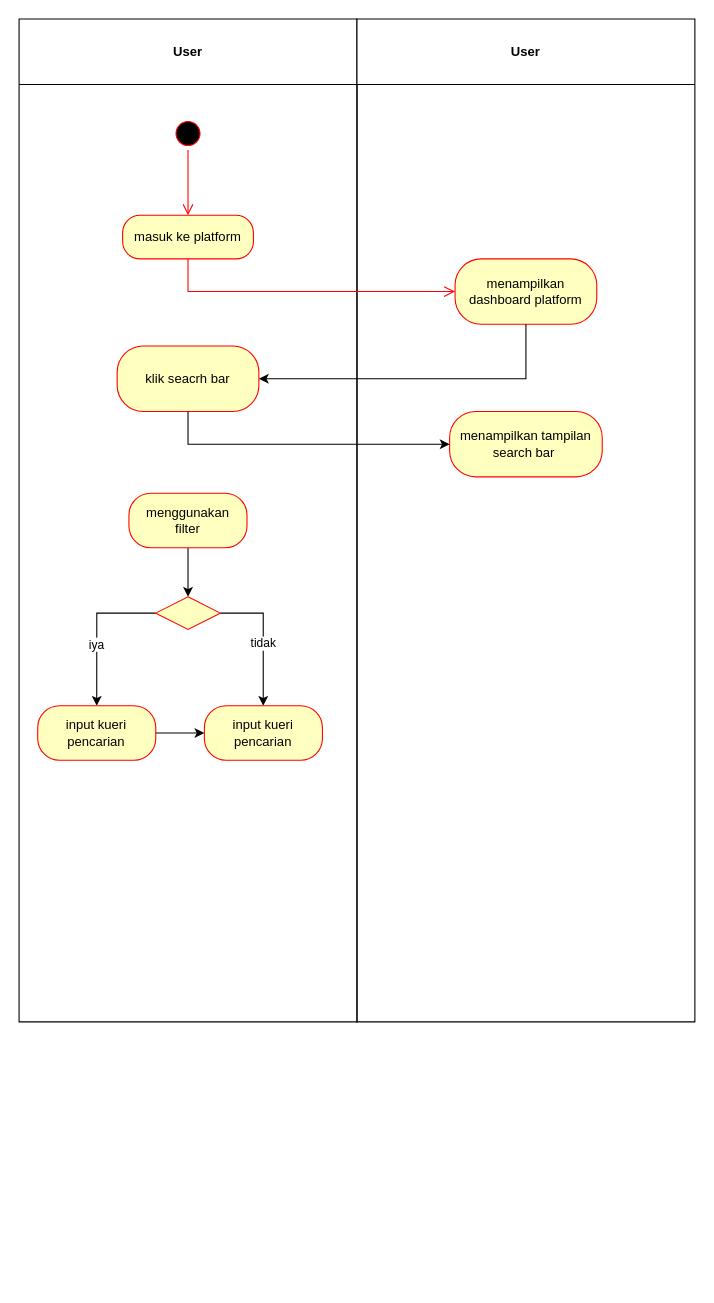
Earlier version of the draw.io diagram activity_diagram.drawio (Iknip26/PAD_portofolio_TA). Source tidied: cells renumbered, new cells numbered last; positions are measured from the earlier drawing's top-left corner, leaving out a move shared by most shapes. Both pictures are drawn from the tidied source at 109%, with x=0, y=0 at pixel (19, 19).
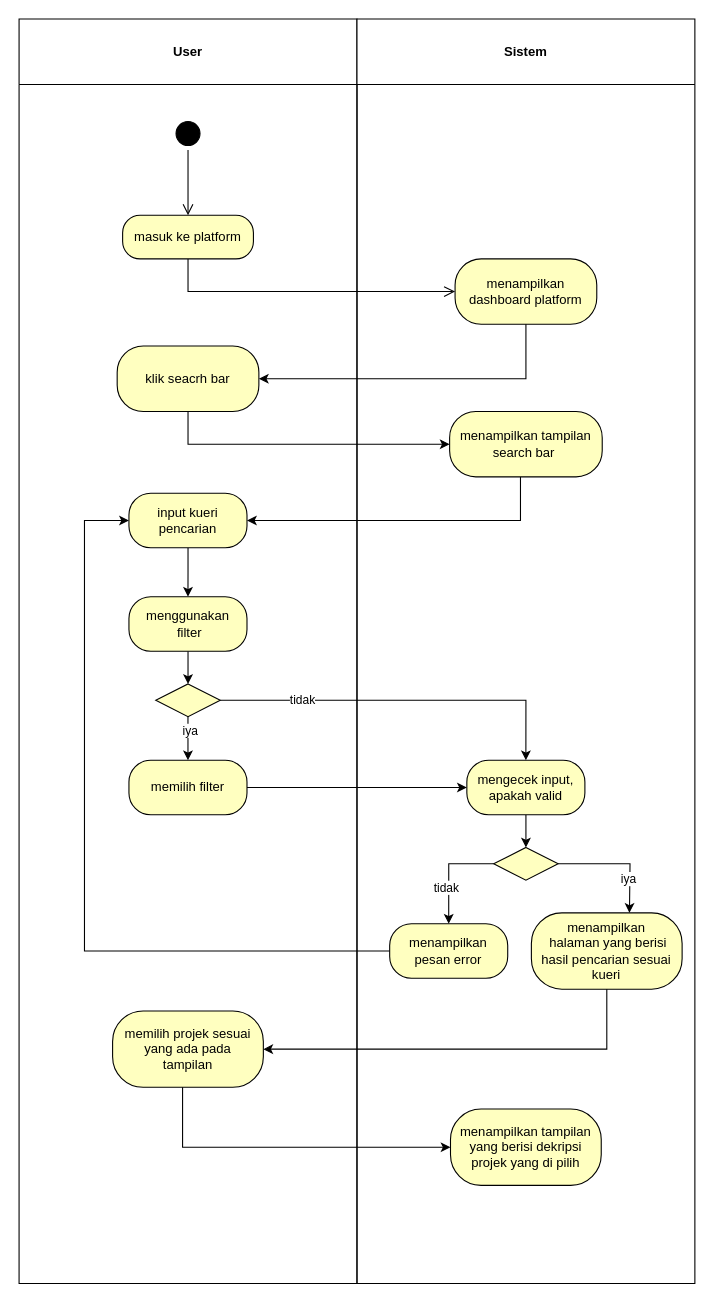
The same page after the edit.

The edit, as a diff of the source:
```diff
@@
-    <mxCell id="2" value="User" style="swimlane;whiteSpace=wrap;html=1;startSize=60;" parent="1" vertex="1">
-      <mxGeometry width="310" height="920" as="geometry" />
+    <mxCell id="2" value="User" style="swimlane;whiteSpace=wrap;html=1;startSize=60;strokeColor=#000000;" parent="1" vertex="1">
+      <mxGeometry width="310" height="1160" as="geometry" />
     </mxCell>
-    <mxCell id="3" style="ellipse;html=1;shape=startState;fillColor=#000000;strokeColor=#ff0000;" parent="2" vertex="1">
+    <mxCell id="3" style="ellipse;html=1;shape=startState;fillColor=#000000;strokeColor=#000000;" parent="2" vertex="1">
       <mxGeometry x="140" y="90" width="30" height="30" as="geometry" />
     </mxCell>
-    <mxCell id="4" style="edgeStyle=orthogonalEdgeStyle;html=1;verticalAlign=bottom;endArrow=open;endSize=8;strokeColor=#ff0000;rounded=0;" parent="2" edge="1" source="3">
+    <mxCell id="4" style="edgeStyle=orthogonalEdgeStyle;html=1;verticalAlign=bottom;endArrow=open;endSize=8;strokeColor=#000000;rounded=0;" parent="2" edge="1" source="3">
       <mxGeometry relative="1" as="geometry">
         <mxPoint x="155" y="180" as="targetPoint" />
       </mxGeometry>
     </mxCell>
-    <mxCell id="5" value="masuk ke platform" style="rounded=1;whiteSpace=wrap;html=1;arcSize=40;fontColor=#000000;fillColor=#ffffc0;strokeColor=#ff0000;" parent="2" vertex="1">
+    <mxCell id="5" value="masuk ke platform" style="rounded=1;whiteSpace=wrap;html=1;arcSize=40;fontColor=#000000;fillColor=#ffffc0;strokeColor=#000000;" parent="2" vertex="1">
       <mxGeometry x="95" y="180" width="120" height="40" as="geometry" />
     </mxCell>
-    <mxCell id="6" value="klik seacrh bar" style="rounded=1;whiteSpace=wrap;html=1;arcSize=40;fontColor=#000000;fillColor=#ffffc0;strokeColor=#ff0000;" parent="2" vertex="1">
+    <mxCell id="6" value="klik seacrh bar" style="rounded=1;whiteSpace=wrap;html=1;arcSize=40;fontColor=#000000;fillColor=#ffffc0;strokeColor=#000000;" parent="2" vertex="1">
       <mxGeometry x="90" y="300" width="130" height="60" as="geometry" />
     </mxCell>
-    <mxCell id="7" style="edgeStyle=orthogonalEdgeStyle;rounded=0;jettySize=auto;html=1;entryX=0.5;entryY=0;entryDx=0;entryDy=0;" parent="2" edge="1" source="11" target="16">
-      <mxGeometry relative="1" as="geometry">
-        <Array as="points">
-          <mxPoint x="71" y="545" />
-        </Array>
-      </mxGeometry>
-    </mxCell>
-    <mxCell id="8" value="iya" style="edgeLabel;html=1;align=center;verticalAlign=middle;" parent="7" vertex="1">
-      <mxGeometry x="0.2" y="-1" relative="1" as="geometry" />
-    </mxCell>
-    <mxCell id="9" style="edgeStyle=orthogonalEdgeStyle;rounded=0;jettySize=auto;html=1;" parent="2" edge="1" source="11" target="14">
-      <mxGeometry relative="1" as="geometry">
-        <Array as="points">
-          <mxPoint x="224" y="545" />
-        </Array>
-      </mxGeometry>
-    </mxCell>
-    <mxCell id="10" value="tidak" style="edgeLabel;html=1;align=center;verticalAlign=middle;" parent="9" vertex="1">
-      <mxGeometry x="0.08" y="-1" relative="1" as="geometry" />
-    </mxCell>
-    <mxCell id="11" style="rhombus;whiteSpace=wrap;html=1;fontColor=#000000;fillColor=#ffffc0;strokeColor=#ff0000;" parent="2" vertex="1">
-      <mxGeometry x="125.4" y="530" width="59.2" height="30" as="geometry" />
-    </mxCell>
-    <mxCell id="12" style="edgeStyle=orthogonalEdgeStyle;rounded=0;jettySize=auto;html=1;entryX=0.5;entryY=0;entryDx=0;entryDy=0;" parent="2" edge="1" source="13" target="11">
-      <mxGeometry relative="1" as="geometry" />
-    </mxCell>
+    <mxCell id="23" style="edgeStyle=orthogonalEdgeStyle;rounded=0;jettySize=auto;html=1;entryX=0.5;entryY=0;entryDx=0;entryDy=0;strokeColor=#000000;" parent="2" edge="1" source="13" target="14">
+      <mxGeometry relative="1" as="geometry" />
+    </mxCell>
-    <mxCell id="13" value="menggunakan &lt;br&gt;filter" style="rounded=1;whiteSpace=wrap;html=1;arcSize=40;fontColor=#000000;fillColor=#ffffc0;strokeColor=#ff0000;" parent="2" vertex="1">
+    <mxCell id="13" value="input kueri pencarian" style="rounded=1;whiteSpace=wrap;html=1;arcSize=40;fontColor=#000000;fillColor=#ffffc0;strokeColor=#000000;" parent="2" vertex="1">
       <mxGeometry x="100.8" y="435" width="108.3" height="50" as="geometry" />
     </mxCell>
+    <mxCell id="24" style="edgeStyle=orthogonalEdgeStyle;rounded=0;jettySize=auto;html=1;entryX=0.5;entryY=0;entryDx=0;entryDy=0;strokeColor=#000000;" parent="2" edge="1" source="14" target="27">
+      <mxGeometry relative="1" as="geometry" />
+    </mxCell>
-    <mxCell id="14" value="input kueri pencarian" style="rounded=1;whiteSpace=wrap;html=1;arcSize=40;fontColor=#000000;fillColor=#ffffc0;strokeColor=#ff0000;" parent="2" vertex="1">
-      <mxGeometry x="170" y="630" width="108.3" height="50" as="geometry" />
+    <mxCell id="14" value="menggunakan&lt;br&gt;&amp;nbsp;filter" style="rounded=1;whiteSpace=wrap;html=1;arcSize=40;fontColor=#000000;fillColor=#ffffc0;strokeColor=#000000;" parent="2" vertex="1">
+      <mxGeometry x="100.8" y="530" width="108.3" height="50" as="geometry" />
     </mxCell>
-    <mxCell id="15" style="edgeStyle=orthogonalEdgeStyle;rounded=0;jettySize=auto;html=1;entryX=0;entryY=0.5;entryDx=0;entryDy=0;" parent="2" edge="1" source="16" target="14">
-      <mxGeometry relative="1" as="geometry" />
-    </mxCell>
-    <mxCell id="16" value="input kueri pencarian" style="rounded=1;whiteSpace=wrap;html=1;arcSize=40;fontColor=#000000;fillColor=#ffffc0;strokeColor=#ff0000;" parent="2" vertex="1">
-      <mxGeometry x="17.1" y="630" width="108.3" height="50" as="geometry" />
+    <mxCell id="16" value="memilih filter" style="rounded=1;whiteSpace=wrap;html=1;arcSize=40;fontColor=#000000;fillColor=#ffffc0;strokeColor=#000000;" parent="2" vertex="1">
+      <mxGeometry x="100.8" y="680" width="108.3" height="50" as="geometry" />
     </mxCell>
+    <mxCell id="25" style="edgeStyle=orthogonalEdgeStyle;rounded=0;jettySize=auto;html=1;entryX=0.5;entryY=0;entryDx=0;entryDy=0;strokeColor=#000000;" parent="2" edge="1" source="27" target="16">
+      <mxGeometry relative="1" as="geometry" />
+    </mxCell>
+    <mxCell id="26" value="iya" style="edgeLabel;html=1;align=center;verticalAlign=middle;strokeColor=#000000;" parent="25" vertex="1">
+      <mxGeometry x="-0.37" y="2" relative="1" as="geometry" />
+    </mxCell>
+    <mxCell id="27" style="rhombus;whiteSpace=wrap;html=1;fontColor=#000000;fillColor=#ffffc0;strokeColor=#000000;" parent="2" vertex="1">
+      <mxGeometry x="125.4" y="610" width="59.2" height="30" as="geometry" />
+    </mxCell>
+    <mxCell id="28" value="memilih projek sesuai yang ada pada &lt;br&gt;tampilan" style="rounded=1;whiteSpace=wrap;html=1;arcSize=40;fontColor=#000000;fillColor=#ffffc0;strokeColor=#000000;" parent="2" vertex="1">
+      <mxGeometry x="85.8" y="910" width="138.3" height="70" as="geometry" />
+    </mxCell>
-    <mxCell id="17" value="User" style="swimlane;whiteSpace=wrap;html=1;startSize=60;" parent="1" vertex="1">
-      <mxGeometry x="310" width="310" height="920" as="geometry" />
+    <mxCell id="17" value="Sistem" style="swimlane;whiteSpace=wrap;html=1;startSize=60;strokeColor=#000000;" parent="1" vertex="1">
+      <mxGeometry x="310" width="310" height="1160" as="geometry" />
     </mxCell>
-    <mxCell id="18" value="menampilkan dashboard platform" style="rounded=1;whiteSpace=wrap;html=1;arcSize=40;fontColor=#000000;fillColor=#ffffc0;strokeColor=#ff0000;" parent="17" vertex="1">
+    <mxCell id="18" value="menampilkan dashboard platform" style="rounded=1;whiteSpace=wrap;html=1;arcSize=40;fontColor=#000000;fillColor=#ffffc0;strokeColor=#000000;" parent="17" vertex="1">
       <mxGeometry x="90" y="220" width="130" height="60" as="geometry" />
     </mxCell>
-    <mxCell id="19" value="menampilkan tampilan&lt;br&gt;search bar&amp;nbsp;" style="rounded=1;whiteSpace=wrap;html=1;arcSize=40;fontColor=#000000;fillColor=#ffffc0;strokeColor=#ff0000;" parent="17" vertex="1">
+    <mxCell id="19" value="menampilkan tampilan&lt;br&gt;search bar&amp;nbsp;" style="rounded=1;whiteSpace=wrap;html=1;arcSize=40;fontColor=#000000;fillColor=#ffffc0;strokeColor=#000000;" parent="17" vertex="1">
       <mxGeometry x="85" y="360" width="140" height="60" as="geometry" />
     </mxCell>
+    <mxCell id="29" style="edgeStyle=orthogonalEdgeStyle;rounded=0;jettySize=auto;html=1;entryX=0.5;entryY=0;entryDx=0;entryDy=0;strokeColor=#000000;" parent="17" edge="1" source="30" target="35">
+      <mxGeometry relative="1" as="geometry" />
+    </mxCell>
+    <mxCell id="30" value="mengecek input, apakah valid" style="rounded=1;whiteSpace=wrap;html=1;arcSize=40;fontColor=#000000;fillColor=#ffffc0;strokeColor=#000000;" parent="17" vertex="1">
+      <mxGeometry x="100.8" y="680" width="108.3" height="50" as="geometry" />
+    </mxCell>
+    <mxCell id="31" style="edgeStyle=orthogonalEdgeStyle;rounded=0;jettySize=auto;html=1;strokeColor=#000000;" parent="17" edge="1" source="35">
+      <mxGeometry relative="1" as="geometry">
+        <mxPoint x="250" y="820" as="targetPoint" />
+      </mxGeometry>
+    </mxCell>
+    <mxCell id="32" value="iya" style="edgeLabel;html=1;align=center;verticalAlign=middle;strokeColor=#000000;" parent="31" vertex="1">
+      <mxGeometry x="0.42" y="-2" relative="1" as="geometry" />
+    </mxCell>
+    <mxCell id="33" style="edgeStyle=orthogonalEdgeStyle;rounded=0;jettySize=auto;html=1;entryX=0.5;entryY=0;entryDx=0;entryDy=0;strokeColor=#000000;" parent="17" edge="1" source="35" target="37">
+      <mxGeometry relative="1" as="geometry">
+        <Array as="points">
+          <mxPoint x="84" y="775" />
+        </Array>
+      </mxGeometry>
+    </mxCell>
+    <mxCell id="34" value="tidak" style="edgeLabel;html=1;align=center;verticalAlign=middle;strokeColor=#000000;" parent="33" vertex="1">
+      <mxGeometry x="0.32" y="-3" relative="1" as="geometry" />
+    </mxCell>
+    <mxCell id="35" style="rhombus;whiteSpace=wrap;html=1;fontColor=#000000;fillColor=#ffffc0;strokeColor=#000000;" parent="17" vertex="1">
+      <mxGeometry x="125.4" y="760" width="59.2" height="30" as="geometry" />
+    </mxCell>
+    <mxCell id="36" value="menampilkan&lt;br&gt;&amp;nbsp;halaman yang berisi hasil pencarian sesuai kueri" style="rounded=1;whiteSpace=wrap;html=1;arcSize=40;fontColor=#000000;fillColor=#ffffc0;strokeColor=#000000;" parent="17" vertex="1">
+      <mxGeometry x="160" y="820" width="138.3" height="70" as="geometry" />
+    </mxCell>
+    <mxCell id="37" value="menampilkan pesan error" style="rounded=1;whiteSpace=wrap;html=1;arcSize=40;fontColor=#000000;fillColor=#ffffc0;strokeColor=#000000;" parent="17" vertex="1">
+      <mxGeometry x="30" y="830" width="108.3" height="50" as="geometry" />
+    </mxCell>
+    <mxCell id="38" value="menampilkan tampilan yang berisi dekripsi projek yang di pilih" style="rounded=1;whiteSpace=wrap;html=1;arcSize=40;fontColor=#000000;fillColor=#ffffc0;strokeColor=#000000;" parent="17" vertex="1">
+      <mxGeometry x="85.8" y="1000" width="138.3" height="70" as="geometry" />
+    </mxCell>
-    <mxCell id="20" style="edgeStyle=orthogonalEdgeStyle;html=1;verticalAlign=bottom;endArrow=open;endSize=8;strokeColor=#ff0000;rounded=0;entryX=0;entryY=0.5;entryDx=0;entryDy=0;" parent="1" edge="1" source="5" target="18">
+    <mxCell id="20" style="edgeStyle=orthogonalEdgeStyle;html=1;verticalAlign=bottom;endArrow=open;endSize=8;strokeColor=#000000;rounded=0;entryX=0;entryY=0.5;entryDx=0;entryDy=0;" parent="1" edge="1" source="5" target="18">
       <mxGeometry relative="1" as="geometry">
         <Array as="points">
           <mxPoint x="155" y="250" />
         </Array>
       </mxGeometry>
     </mxCell>
-    <mxCell id="21" style="edgeStyle=orthogonalEdgeStyle;rounded=0;jettySize=auto;html=1;entryX=1;entryY=0.5;entryDx=0;entryDy=0;" parent="1" edge="1" source="18" target="6">
+    <mxCell id="21" style="edgeStyle=orthogonalEdgeStyle;rounded=0;jettySize=auto;html=1;entryX=1;entryY=0.5;entryDx=0;entryDy=0;strokeColor=#000000;" parent="1" edge="1" source="18" target="6">
       <mxGeometry relative="1" as="geometry">
         <Array as="points">
           <mxPoint x="465" y="330" />
         </Array>
       </mxGeometry>
     </mxCell>
-    <mxCell id="22" style="edgeStyle=orthogonalEdgeStyle;rounded=0;jettySize=auto;html=1;entryX=0;entryY=0.5;entryDx=0;entryDy=0;" parent="1" edge="1" source="6" target="19">
+    <mxCell id="22" style="edgeStyle=orthogonalEdgeStyle;rounded=0;jettySize=auto;html=1;entryX=0;entryY=0.5;entryDx=0;entryDy=0;strokeColor=#000000;" parent="1" edge="1" source="6" target="19">
       <mxGeometry relative="1" as="geometry">
         <Array as="points">
           <mxPoint x="155" y="390" />
         </Array>
       </mxGeometry>
     </mxCell>
+    <mxCell id="39" style="edgeStyle=orthogonalEdgeStyle;rounded=0;jettySize=auto;html=1;entryX=1;entryY=0.5;entryDx=0;entryDy=0;strokeColor=#000000;" parent="1" edge="1" source="19" target="13">
+      <mxGeometry relative="1" as="geometry">
+        <Array as="points">
+          <mxPoint x="460" y="460" />
+        </Array>
+      </mxGeometry>
+    </mxCell>
+    <mxCell id="40" style="edgeStyle=orthogonalEdgeStyle;rounded=0;jettySize=auto;html=1;entryX=0;entryY=0.5;entryDx=0;entryDy=0;strokeColor=#000000;" parent="1" edge="1" source="16" target="30">
+      <mxGeometry relative="1" as="geometry" />
+    </mxCell>
+    <mxCell id="41" style="edgeStyle=orthogonalEdgeStyle;rounded=0;jettySize=auto;html=1;entryX=0.5;entryY=0;entryDx=0;entryDy=0;strokeColor=#000000;" parent="1" edge="1" source="27" target="30">
+      <mxGeometry relative="1" as="geometry" />
+    </mxCell>
+    <mxCell id="42" value="tidak" style="edgeLabel;html=1;align=center;verticalAlign=middle;strokeColor=#000000;" parent="41" vertex="1">
+      <mxGeometry x="-0.55" y="1" relative="1" as="geometry" />
+    </mxCell>
+    <mxCell id="43" style="edgeStyle=orthogonalEdgeStyle;rounded=0;jettySize=auto;html=1;entryX=0;entryY=0.5;entryDx=0;entryDy=0;strokeColor=#000000;" parent="1" edge="1" source="37" target="13">
+      <mxGeometry relative="1" as="geometry">
+        <Array as="points">
+          <mxPoint x="60" y="855" />
+          <mxPoint x="60" y="460" />
+        </Array>
+      </mxGeometry>
+    </mxCell>
+    <mxCell id="44" style="edgeStyle=orthogonalEdgeStyle;rounded=0;jettySize=auto;html=1;entryX=1;entryY=0.5;entryDx=0;entryDy=0;strokeColor=#000000;" parent="1" edge="1" source="36" target="28">
+      <mxGeometry relative="1" as="geometry">
+        <Array as="points">
+          <mxPoint x="539" y="945" />
+        </Array>
+      </mxGeometry>
+    </mxCell>
+    <mxCell id="45" style="edgeStyle=orthogonalEdgeStyle;rounded=0;jettySize=auto;html=1;entryX=0;entryY=0.5;entryDx=0;entryDy=0;strokeColor=#000000;" parent="1" edge="1" source="28" target="38">
+      <mxGeometry relative="1" as="geometry">
+        <Array as="points">
+          <mxPoint x="150" y="1035" />
+        </Array>
+      </mxGeometry>
+    </mxCell>
```
